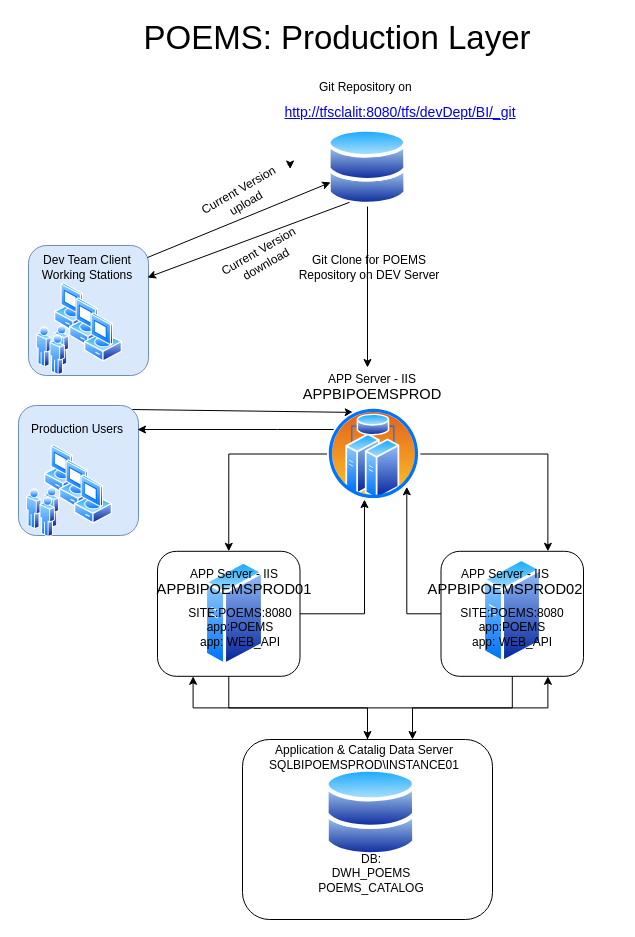
Before: poems_prod.drawio in itaybaran/drawing, a draw.io diagram. Source tidied: cells renumbered, new cells numbered last; positions are measured from the earlier drawing's top-left corner, leaving out a move shared by most shapes. Both pictures are drawn from the tidied source at 100%, with x=0, y=0 at pixel (17, 27).
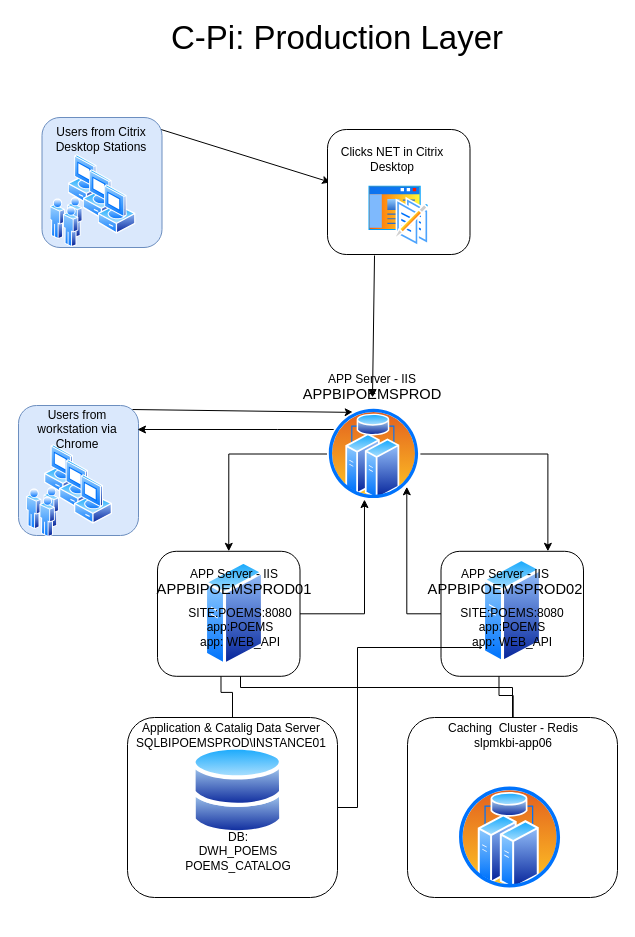
The same page after the edit.

Unchanged cells that the change refers to:
```xml
<mxCell id="28" value="APP Server - IIS&lt;br&gt;&lt;span style=&quot;font-size: 11.0pt ; line-height: 107% ; font-family: &amp;#34;calibri&amp;#34; , sans-serif&quot;&gt;APPBIPOEMSPROD&lt;/span&gt;" style="text;html=1;strokeColor=none;fillColor=none;align=center;verticalAlign=middle;whiteSpace=wrap;rounded=0;" parent="1" vertex="1">
  <mxGeometry x="270" y="350" width="170" height="20" as="geometry" />
</mxCell>
<mxCell id="48" value="SITE:POEMS:8080&lt;br&gt;app:POEMS&lt;br&gt;app: WEB_API" style="text;html=1;strokeColor=none;fillColor=none;align=center;verticalAlign=middle;whiteSpace=wrap;rounded=0;" parent="1" vertex="1">
  <mxGeometry x="137.5" y="590" width="170" height="20" as="geometry" />
</mxCell>
<mxCell id="49" value="SITE:POEMS:8080&lt;br&gt;app:POEMS&lt;br&gt;app: WEB_API" style="text;html=1;align=center;verticalAlign=middle;whiteSpace=wrap;rounded=0;" parent="1" vertex="1">
  <mxGeometry x="410" y="590" width="170" height="20" as="geometry" />
</mxCell>
```

Diff of the diagram source:
```diff
@@
-    <mxCell id="2" style="edgeStyle=orthogonalEdgeStyle;rounded=0;jettySize=auto;html=1;entryX=0.25;entryY=1;entryDx=0;entryDy=0;" parent="1" edge="1" source="4" target="10">
-      <mxGeometry relative="1" as="geometry" />
-    </mxCell>
-    <mxCell id="3" style="edgeStyle=orthogonalEdgeStyle;rounded=0;jettySize=auto;html=1;entryX=0.75;entryY=1;entryDx=0;entryDy=0;" parent="1" edge="1" source="4" target="7">
-      <mxGeometry relative="1" as="geometry" />
-    </mxCell>
-    <mxCell id="4" style="rounded=1;whiteSpace=wrap;html=1;fillColor=#ffffff;" parent="1" vertex="1">
-      <mxGeometry x="225" y="712" width="250" height="180" as="geometry" />
-    </mxCell>
-    <mxCell id="5" style="edgeStyle=orthogonalEdgeStyle;rounded=0;jettySize=auto;html=1;entryX=1;entryY=1;entryDx=0;entryDy=0;" parent="1" edge="1" source="7" target="45">
-      <mxGeometry relative="1" as="geometry" />
-    </mxCell>
-    <mxCell id="6" style="edgeStyle=orthogonalEdgeStyle;rounded=0;jettySize=auto;html=1;entryX=0.68;entryY=0;entryDx=0;entryDy=0;entryPerimeter=0;" parent="1" edge="1" source="7" target="4">
-      <mxGeometry relative="1" as="geometry" />
-    </mxCell>
-    <mxCell id="7" style="rounded=1;whiteSpace=wrap;html=1;fillColor=#ffffff;" parent="1" vertex="1">
-      <mxGeometry x="423.5" y="523.8" width="142.5" height="125" as="geometry" />
-    </mxCell>
-    <mxCell id="8" style="edgeStyle=orthogonalEdgeStyle;rounded=0;jettySize=auto;html=1;entryX=0.398;entryY=0.991;entryDx=0;entryDy=0;entryPerimeter=0;" parent="1" edge="1" source="10" target="45">
-      <mxGeometry relative="1" as="geometry" />
-    </mxCell>
-    <mxCell id="9" style="edgeStyle=orthogonalEdgeStyle;rounded=0;jettySize=auto;html=1;" parent="1" edge="1" source="10" target="4">
-      <mxGeometry relative="1" as="geometry" />
-    </mxCell>
-    <mxCell id="10" style="rounded=1;whiteSpace=wrap;html=1;fillColor=#ffffff;" parent="1" vertex="1">
-      <mxGeometry x="140" y="523.8" width="142.5" height="125" as="geometry" />
-    </mxCell>
-    <mxCell id="11" value="POEMS: Production Layer" style="text;html=1;strokeColor=none;fillColor=none;align=center;verticalAlign=middle;whiteSpace=wrap;rounded=0;fontSize=33;" parent="1" vertex="1">
-      <mxGeometry x="40" width="560" height="20" as="geometry" />
-    </mxCell>
-    <mxCell id="12" style="group;" parent="1" vertex="1">
-      <mxGeometry x="10" y="230" width="121" height="130" as="geometry" />
-    </mxCell>
-    <mxCell id="13" style="group;" parent="12" vertex="1">
-      <mxGeometry x="27" y="25" width="94" height="105" as="geometry" />
-    </mxCell>
-    <mxCell id="14" style="rounded=1;whiteSpace=wrap;html=1;fillColor=#dae8fc;strokeColor=#6c8ebf;" parent="13" vertex="1">
-      <mxGeometry x="-26" y="-37" width="120" height="130" as="geometry" />
-    </mxCell>
-    <mxCell id="15" style="perimeter=ellipsePerimeter;html=1;align=center;shadow=0;dashed=0;spacingTop=3;image;image=img/lib/active_directory/vista_client.svg;" parent="13" vertex="1">
-      <mxGeometry width="38" height="50" as="geometry" />
-    </mxCell>
-    <mxCell id="16" style="perimeter=ellipsePerimeter;html=1;align=center;shadow=0;dashed=0;spacingTop=3;image;image=img/lib/active_directory/vista_client.svg;" parent="13" vertex="1">
-      <mxGeometry x="15" y="15" width="38" height="50" as="geometry" />
-    </mxCell>
-    <mxCell id="17" style="perimeter=ellipsePerimeter;html=1;align=center;shadow=0;dashed=0;spacingTop=3;image;image=img/lib/active_directory/vista_client.svg;" parent="13" vertex="1">
-      <mxGeometry x="30" y="30" width="38" height="50" as="geometry" />
-    </mxCell>
-    <mxCell id="18" style="perimeter=ellipsePerimeter;html=1;align=center;shadow=0;dashed=0;spacingTop=3;image;image=img/lib/active_directory/users.svg;" parent="13" vertex="1">
-      <mxGeometry x="-18" y="43" width="33" height="50" as="geometry" />
-    </mxCell>
-    <mxCell id="19" value="Dev Team Client Working Stations" style="text;html=1;strokeColor=none;fillColor=none;align=center;verticalAlign=middle;whiteSpace=wrap;rounded=0;" parent="12" vertex="1">
-      <mxGeometry width="120" height="20" as="geometry" />
-    </mxCell>
-    <mxCell id="20" style="perimeter=ellipsePerimeter;html=1;align=center;shadow=0;dashed=0;spacingTop=3;image;image=img/lib/active_directory/databases.svg;" parent="1" vertex="1">
-      <mxGeometry x="310" y="100.6" width="80" height="78.4" as="geometry" />
-    </mxCell>
-    <mxCell id="21" value="Git Repository on&amp;nbsp;" style="text;html=1;strokeColor=none;fillColor=none;align=center;verticalAlign=middle;whiteSpace=wrap;rounded=0;" parent="1" vertex="1">
-      <mxGeometry x="265" y="50" width="170" height="20" as="geometry" />
-    </mxCell>
-    <mxCell id="22" value="&lt;div style=&quot;box-sizing: border-box ; font-family: &amp;quot;segoe ui&amp;quot; , , &amp;quot;apple color emoji&amp;quot; , &amp;quot;segoe ui emoji&amp;quot; , sans-serif ; font-size: 14px&quot;&gt;&lt;a href=&quot;http://mkapp004:4800/Bonobo.Git.Server/Repository/&quot; title=&quot;http://mkapp004:4800/bonobo.git.server/repository/&quot;&gt;http://tfsclalit:8080/tfs/devDept/BI/_git&lt;/a&gt;&lt;/div&gt;" style="text;html=1;strokeColor=none;fillColor=none;align=center;verticalAlign=middle;whiteSpace=wrap;rounded=0;" parent="1" vertex="1">
-      <mxGeometry x="200" y="80" width="366" height="10" as="geometry" />
-    </mxCell>
-    <mxCell id="23" style="endArrow=classic;html=1;exitX=1;exitY=0;exitDx=0;exitDy=0;" parent="1" edge="1" source="19" target="20">
-      <mxGeometry relative="1" as="geometry" />
-    </mxCell>
-    <mxCell id="24" value="Current Version upload" style="text;html=1;strokeColor=none;fillColor=none;align=center;verticalAlign=middle;whiteSpace=wrap;rounded=0;rotation=-30;" parent="1" vertex="1">
-      <mxGeometry x="170" y="159" width="110" height="20" as="geometry" />
-    </mxCell>
-    <mxCell id="25" style="edgeStyle=orthogonalEdgeStyle;rounded=0;orthogonalLoop=1;jettySize=auto;html=1;exitX=1;exitY=0.25;exitDx=0;exitDy=0;entryX=1;entryY=0.5;entryDx=0;entryDy=0;" parent="1" edge="1" source="24" target="24">
-      <mxGeometry relative="1" as="geometry" />
-    </mxCell>
-    <mxCell id="26" style="endArrow=classic;html=1;exitX=0.25;exitY=1;exitDx=0;exitDy=0;entryX=1;entryY=1;entryDx=0;entryDy=0;" parent="1" edge="1" source="20" target="19">
-      <mxGeometry relative="1" as="geometry" />
-    </mxCell>
-    <mxCell id="27" value="Current Version download" style="text;html=1;strokeColor=none;fillColor=none;align=center;verticalAlign=middle;whiteSpace=wrap;rounded=0;rotation=-30;" parent="1" vertex="1">
-      <mxGeometry x="190" y="220" width="110" height="20" as="geometry" />
-    </mxCell>
+    <mxCell id="52" style="edgeStyle=orthogonalEdgeStyle;rounded=0;jettySize=auto;html=1;entryX=0.25;entryY=1;entryDx=0;entryDy=0;" parent="1" edge="1" source="85" target="73">
+      <mxGeometry relative="1" as="geometry">
+        <Array as="points">
+          <mxPoint x="496" y="668" />
+          <mxPoint x="482" y="668" />
+        </Array>
+      </mxGeometry>
+    </mxCell>
+    <mxCell id="53" style="rounded=1;whiteSpace=wrap;html=1;fillColor=#ffffff;" parent="1" vertex="1">
+      <mxGeometry x="423.5" y="523.8" width="142.5" height="125" as="geometry" />
+    </mxCell>
+    <mxCell id="54" style="edgeStyle=orthogonalEdgeStyle;rounded=0;jettySize=auto;html=1;" parent="1" edge="1" source="55" target="48">
+      <mxGeometry relative="1" as="geometry">
+        <Array as="points">
+          <mxPoint x="495" y="660" />
+          <mxPoint x="223" y="660" />
+        </Array>
+      </mxGeometry>
+    </mxCell>
+    <mxCell id="55" style="rounded=1;whiteSpace=wrap;html=1;fillColor=#ffffff;" parent="1" vertex="1">
+      <mxGeometry x="390" y="690" width="210" height="180" as="geometry" />
+    </mxCell>
+    <mxCell id="56" style="edgeStyle=orthogonalEdgeStyle;rounded=0;jettySize=auto;html=1;entryX=0.25;entryY=1;entryDx=0;entryDy=0;" parent="1" edge="1" source="58" target="72">
+      <mxGeometry relative="1" as="geometry" />
+    </mxCell>
+    <mxCell id="57" style="edgeStyle=orthogonalEdgeStyle;rounded=0;jettySize=auto;html=1;" parent="1" edge="1" source="58" target="49">
+      <mxGeometry relative="1" as="geometry">
+        <Array as="points">
+          <mxPoint x="340" y="780" />
+          <mxPoint x="340" y="620" />
+          <mxPoint x="495" y="620" />
+        </Array>
+      </mxGeometry>
+    </mxCell>
+    <mxCell id="58" style="rounded=1;whiteSpace=wrap;html=1;fillColor=#ffffff;" parent="1" vertex="1">
+      <mxGeometry x="110" y="690" width="210" height="180" as="geometry" />
+    </mxCell>
+    <mxCell id="59" style="edgeStyle=orthogonalEdgeStyle;rounded=0;jettySize=auto;html=1;entryX=1;entryY=1;entryDx=0;entryDy=0;" parent="1" edge="1" source="53" target="71">
+      <mxGeometry relative="1" as="geometry" />
+    </mxCell>
+    <mxCell id="60" style="edgeStyle=orthogonalEdgeStyle;rounded=0;jettySize=auto;html=1;entryX=0.398;entryY=0.991;entryDx=0;entryDy=0;entryPerimeter=0;" parent="1" edge="1" source="61" target="71">
+      <mxGeometry relative="1" as="geometry" />
+    </mxCell>
+    <mxCell id="61" style="rounded=1;whiteSpace=wrap;html=1;fillColor=#ffffff;" parent="1" vertex="1">
+      <mxGeometry x="140" y="523.8" width="142.5" height="125" as="geometry" />
+    </mxCell>
+    <mxCell id="62" value="C-Pi: Production Layer" style="text;html=1;strokeColor=none;fillColor=none;align=center;verticalAlign=middle;whiteSpace=wrap;rounded=0;fontSize=33;" parent="1" vertex="1">
+      <mxGeometry x="40" width="560" height="20" as="geometry" />
+    </mxCell>
+    <mxCell id="63" style="endArrow=classic;html=1;exitX=1;exitY=0;exitDx=0;exitDy=0;" parent="1" edge="1" source="79">
+      <mxGeometry relative="1" as="geometry">
+        <mxPoint x="313.1" y="154.9" as="targetPoint" />
+      </mxGeometry>
+    </mxCell>
@@
-    <mxCell id="29" style="group;" parent="1" vertex="1">
-      <mxGeometry y="422" width="121" height="130" as="geometry" />
-    </mxCell>
+    <mxCell id="64" style="group;" parent="1" vertex="1">
+      <mxGeometry y="422" width="121" height="130" as="geometry" />
+    </mxCell>
-    <mxCell id="30" style="rounded=1;whiteSpace=wrap;html=1;fillColor=#dae8fc;strokeColor=#6c8ebf;" parent="29" vertex="1">
+    <mxCell id="30" style="rounded=1;whiteSpace=wrap;html=1;fillColor=#dae8fc;strokeColor=#6c8ebf;" parent="64" vertex="1">
       <mxGeometry x="1" y="-44" width="120" height="130" as="geometry" />
     </mxCell>
-    <mxCell id="31" style="perimeter=ellipsePerimeter;html=1;align=center;shadow=0;dashed=0;spacingTop=3;image;image=img/lib/active_directory/vista_client.svg;" parent="29" vertex="1">
+    <mxCell id="31" style="perimeter=ellipsePerimeter;html=1;align=center;shadow=0;dashed=0;spacingTop=3;image;image=img/lib/active_directory/vista_client.svg;" parent="64" vertex="1">
       <mxGeometry x="27" y="-5" width="38" height="50" as="geometry" />
     </mxCell>
-    <mxCell id="32" style="perimeter=ellipsePerimeter;html=1;align=center;shadow=0;dashed=0;spacingTop=3;image;image=img/lib/active_directory/vista_client.svg;" parent="29" vertex="1">
+    <mxCell id="32" style="perimeter=ellipsePerimeter;html=1;align=center;shadow=0;dashed=0;spacingTop=3;image;image=img/lib/active_directory/vista_client.svg;" parent="64" vertex="1">
       <mxGeometry x="42" y="10" width="38" height="50" as="geometry" />
     </mxCell>
-    <mxCell id="33" style="perimeter=ellipsePerimeter;html=1;align=center;shadow=0;dashed=0;spacingTop=3;image;image=img/lib/active_directory/vista_client.svg;" parent="29" vertex="1">
+    <mxCell id="33" style="perimeter=ellipsePerimeter;html=1;align=center;shadow=0;dashed=0;spacingTop=3;image;image=img/lib/active_directory/vista_client.svg;" parent="64" vertex="1">
       <mxGeometry x="57" y="25" width="38" height="50" as="geometry" />
     </mxCell>
-    <mxCell id="34" style="perimeter=ellipsePerimeter;html=1;align=center;shadow=0;dashed=0;spacingTop=3;image;image=img/lib/active_directory/users.svg;" parent="29" vertex="1">
+    <mxCell id="34" style="perimeter=ellipsePerimeter;html=1;align=center;shadow=0;dashed=0;spacingTop=3;image;image=img/lib/active_directory/users.svg;" parent="64" vertex="1">
       <mxGeometry x="9" y="38" width="33" height="50" as="geometry" />
     </mxCell>
-    <mxCell id="35" value="Production Users" style="text;html=1;strokeColor=none;fillColor=none;align=center;verticalAlign=middle;whiteSpace=wrap;rounded=0;" parent="29" vertex="1">
-      <mxGeometry y="-30" width="120" height="20" as="geometry" />
-    </mxCell>
-    <mxCell id="36" style="endArrow=classic;html=1;exitX=0.95;exitY=0.031;exitDx=0;exitDy=0;entryX=0.25;entryY=0;entryDx=0;entryDy=0;exitPerimeter=0;" parent="1" edge="1" source="30" target="45">
-      <mxGeometry relative="1" as="geometry" />
-    </mxCell>
-    <mxCell id="37" style="endArrow=classic;html=1;" parent="1" edge="1" source="20">
-      <mxGeometry relative="1" as="geometry">
-        <mxPoint x="350" y="340" as="targetPoint" />
-      </mxGeometry>
-    </mxCell>
-    <mxCell id="38" value="Git Clone for POEMS Repository on DEV Server" style="text;html=1;strokeColor=none;fillColor=none;align=center;verticalAlign=middle;whiteSpace=wrap;rounded=0;" parent="1" vertex="1">
-      <mxGeometry x="267" y="230" width="170" height="20" as="geometry" />
-    </mxCell>
-    <mxCell id="39" style="perimeter=ellipsePerimeter;html=1;align=center;shadow=0;dashed=0;spacingTop=3;image;image=img/lib/active_directory/databases.svg;" parent="1" vertex="1">
-      <mxGeometry x="307.5" y="740" width="91.8" height="90" as="geometry" />
-    </mxCell>
+    <mxCell id="65" value="Users from workstation via Chrome" style="text;html=1;strokeColor=none;fillColor=none;align=center;verticalAlign=middle;whiteSpace=wrap;rounded=0;" parent="64" vertex="1">
+      <mxGeometry y="-30" width="120" height="20" as="geometry" />
+    </mxCell>
+    <mxCell id="66" style="endArrow=classic;html=1;exitX=0.95;exitY=0.031;exitDx=0;exitDy=0;entryX=0.25;entryY=0;entryDx=0;entryDy=0;exitPerimeter=0;" parent="1" edge="1" source="30" target="71">
+      <mxGeometry relative="1" as="geometry" />
+    </mxCell>
+    <mxCell id="67" style="perimeter=ellipsePerimeter;html=1;align=center;shadow=0;dashed=0;spacingTop=3;image;image=img/lib/active_directory/databases.svg;" parent="1" vertex="1">
+      <mxGeometry x="174.5" y="718" width="91.8" height="90" as="geometry" />
+    </mxCell>
     <mxCell id="40" value="Application &amp;amp; Catalig Data Server&lt;br&gt;SQLBIPOEMSPROD\INSTANCE01" style="text;html=1;strokeColor=none;fillColor=none;align=center;verticalAlign=middle;whiteSpace=wrap;rounded=0;" parent="1" vertex="1">
-      <mxGeometry x="261.5" y="720" width="170" height="20" as="geometry" />
+      <mxGeometry x="128.5" y="698" width="170" height="20" as="geometry" />
     </mxCell>
     <mxCell id="41" value="DB:&lt;br&gt;DWH_POEMS&lt;br&gt;POEMS_CATALOG" style="text;html=1;strokeColor=none;fillColor=none;align=center;verticalAlign=middle;whiteSpace=wrap;rounded=0;" parent="1" vertex="1">
-      <mxGeometry x="268.5" y="835.9" width="170" height="20" as="geometry" />
+      <mxGeometry x="135.5" y="813.9" width="170" height="20" as="geometry" />
     </mxCell>
-    <mxCell id="42" style="edgeStyle=orthogonalEdgeStyle;rounded=0;jettySize=auto;html=1;entryX=0.75;entryY=0;entryDx=0;entryDy=0;" parent="1" edge="1" source="45" target="7">
-      <mxGeometry relative="1" as="geometry" />
-    </mxCell>
-    <mxCell id="43" style="edgeStyle=orthogonalEdgeStyle;rounded=0;jettySize=auto;html=1;entryX=0.5;entryY=0;entryDx=0;entryDy=0;" parent="1" edge="1" source="45" target="10">
-      <mxGeometry relative="1" as="geometry" />
-    </mxCell>
-    <mxCell id="44" style="edgeStyle=orthogonalEdgeStyle;rounded=0;jettySize=auto;html=1;entryX=1;entryY=0.5;entryDx=0;entryDy=0;" parent="1" edge="1" source="45" target="35">
-      <mxGeometry relative="1" as="geometry">
-        <Array as="points">
-          <mxPoint x="260" y="402" />
-          <mxPoint x="260" y="402" />
-        </Array>
-      </mxGeometry>
-    </mxCell>
-    <mxCell id="45" style="perimeter=ellipsePerimeter;html=1;align=center;shadow=0;dashed=0;spacingTop=3;image;image=img/lib/active_directory/cluster_server.svg;" parent="1" vertex="1">
-      <mxGeometry x="310" y="380" width="92.9" height="92.9" as="geometry" />
-    </mxCell>
-    <mxCell id="46" style="perimeter=ellipsePerimeter;html=1;align=center;shadow=0;dashed=0;spacingTop=3;image;image=img/lib/active_directory/generic_server.svg;" parent="1" vertex="1">
-      <mxGeometry x="187" y="532.7" width="60" height="107.1" as="geometry" />
-    </mxCell>
-    <mxCell id="47" style="perimeter=ellipsePerimeter;html=1;align=center;shadow=0;dashed=0;spacingTop=3;image;image=img/lib/active_directory/generic_server.svg;" parent="1" vertex="1">
-      <mxGeometry x="465" y="530" width="60" height="107.1" as="geometry" />
-    </mxCell>
+    <mxCell id="68" style="edgeStyle=orthogonalEdgeStyle;rounded=0;jettySize=auto;html=1;entryX=0.75;entryY=0;entryDx=0;entryDy=0;" parent="1" edge="1" source="71" target="53">
+      <mxGeometry relative="1" as="geometry" />
+    </mxCell>
+    <mxCell id="69" style="edgeStyle=orthogonalEdgeStyle;rounded=0;jettySize=auto;html=1;entryX=0.5;entryY=0;entryDx=0;entryDy=0;" parent="1" edge="1" source="71" target="61">
+      <mxGeometry relative="1" as="geometry" />
+    </mxCell>
+    <mxCell id="70" style="edgeStyle=orthogonalEdgeStyle;rounded=0;jettySize=auto;html=1;entryX=1;entryY=0.5;entryDx=0;entryDy=0;" parent="1" edge="1" source="71" target="65">
+      <mxGeometry relative="1" as="geometry">
+        <Array as="points">
+          <mxPoint x="260" y="402" />
+          <mxPoint x="260" y="402" />
+        </Array>
+      </mxGeometry>
+    </mxCell>
+    <mxCell id="71" style="perimeter=ellipsePerimeter;html=1;align=center;shadow=0;dashed=0;spacingTop=3;image;image=img/lib/active_directory/cluster_server.svg;" parent="1" vertex="1">
+      <mxGeometry x="310" y="380" width="92.9" height="92.9" as="geometry" />
+    </mxCell>
+    <mxCell id="72" style="perimeter=ellipsePerimeter;html=1;align=center;shadow=0;dashed=0;spacingTop=3;image;image=img/lib/active_directory/generic_server.svg;" parent="1" vertex="1">
+      <mxGeometry x="187" y="532.7" width="60" height="107.1" as="geometry" />
+    </mxCell>
+    <mxCell id="73" style="perimeter=ellipsePerimeter;html=1;align=center;shadow=0;dashed=0;spacingTop=3;image;image=img/lib/active_directory/generic_server.svg;" parent="1" vertex="1">
+      <mxGeometry x="465" y="530" width="60" height="107.1" as="geometry" />
+    </mxCell>
@@
+    <mxCell id="74" style="rounded=1;whiteSpace=wrap;html=1;fillColor=#dae8fc;strokeColor=#6c8ebf;" parent="1" vertex="1">
+      <mxGeometry x="24.5" y="90" width="120" height="130" as="geometry" />
+    </mxCell>
+    <mxCell id="75" style="perimeter=ellipsePerimeter;html=1;align=center;shadow=0;dashed=0;spacingTop=3;image;image=img/lib/active_directory/vista_client.svg;" parent="1" vertex="1">
+      <mxGeometry x="50.5" y="127" width="38" height="50" as="geometry" />
+    </mxCell>
+    <mxCell id="76" style="perimeter=ellipsePerimeter;html=1;align=center;shadow=0;dashed=0;spacingTop=3;image;image=img/lib/active_directory/vista_client.svg;" parent="1" vertex="1">
+      <mxGeometry x="65.5" y="142" width="38" height="50" as="geometry" />
+    </mxCell>
+    <mxCell id="77" style="perimeter=ellipsePerimeter;html=1;align=center;shadow=0;dashed=0;spacingTop=3;image;image=img/lib/active_directory/vista_client.svg;" parent="1" vertex="1">
+      <mxGeometry x="80.5" y="157" width="38" height="50" as="geometry" />
+    </mxCell>
+    <mxCell id="78" style="perimeter=ellipsePerimeter;html=1;align=center;shadow=0;dashed=0;spacingTop=3;image;image=img/lib/active_directory/users.svg;" parent="1" vertex="1">
+      <mxGeometry x="32.5" y="170" width="33" height="50" as="geometry" />
+    </mxCell>
+    <mxCell id="79" value="Users from Citrix Desktop Stations" style="text;html=1;strokeColor=none;fillColor=none;align=center;verticalAlign=middle;whiteSpace=wrap;rounded=0;" parent="1" vertex="1">
+      <mxGeometry x="23.5" y="102" width="120" height="20" as="geometry" />
+    </mxCell>
+    <mxCell id="80" style="rounded=1;whiteSpace=wrap;html=1;fillColor=#ffffff;" parent="1" vertex="1">
+      <mxGeometry x="310" y="102" width="142.5" height="125" as="geometry" />
+    </mxCell>
+    <mxCell id="81" value="Clicks NET in Citrix Desktop" style="text;html=1;strokeColor=none;fillColor=none;align=center;verticalAlign=middle;whiteSpace=wrap;rounded=0;" parent="1" vertex="1">
+      <mxGeometry x="320" y="122" width="110" height="20" as="geometry" />
+    </mxCell>
+    <mxCell id="82" style="endArrow=classic;html=1;exitX=0.33;exitY=1.008;exitDx=0;exitDy=0;entryX=0.5;entryY=1;entryDx=0;entryDy=0;exitPerimeter=0;" parent="1" edge="1" source="80" target="28">
+      <mxGeometry relative="1" as="geometry" />
+    </mxCell>
+    <mxCell id="83" style="perimeter=ellipsePerimeter;html=1;align=center;shadow=0;dashed=0;spacingTop=3;image;image=img/lib/active_directory/wiki_site.svg;" parent="1" vertex="1">
+      <mxGeometry x="349.8" y="157" width="62.9" height="62.9" as="geometry" />
+    </mxCell>
+    <mxCell id="84" style="perimeter=ellipsePerimeter;html=1;align=center;shadow=0;dashed=0;spacingTop=3;image;image=img/lib/active_directory/cluster_server.svg;" parent="1" vertex="1">
+      <mxGeometry x="440" y="757.5" width="105.1" height="105.1" as="geometry" />
+    </mxCell>
+    <mxCell id="85" value="Caching&amp;nbsp; Cluster - Redis&lt;br&gt;slpmkbi-app06" style="text;html=1;strokeColor=none;fillColor=none;align=center;verticalAlign=middle;whiteSpace=wrap;rounded=0;" parent="1" vertex="1">
+      <mxGeometry x="410.7" y="698" width="170" height="20" as="geometry" />
+    </mxCell>
```
